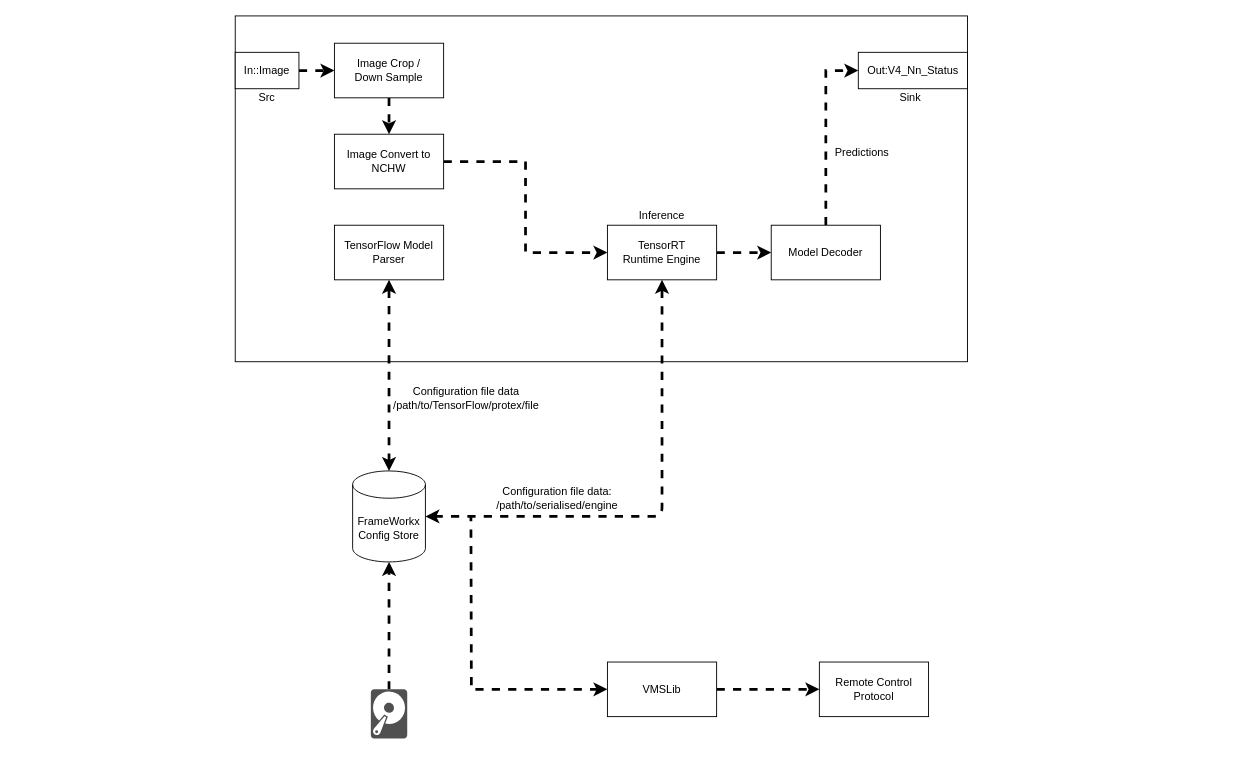
mj8ac/hello-world keeps this draw.io diagram as drdc_frameworkx_block_d.drawio. Above is the earlier version. Source tidied: cells renumbered, new cells numbered last; positions are measured from the earlier drawing's top-left corner, leaving out a move shared by most shapes. Both pictures are drawn from the tidied source at 91%, with x=0, y=0 at pixel (235, 15).
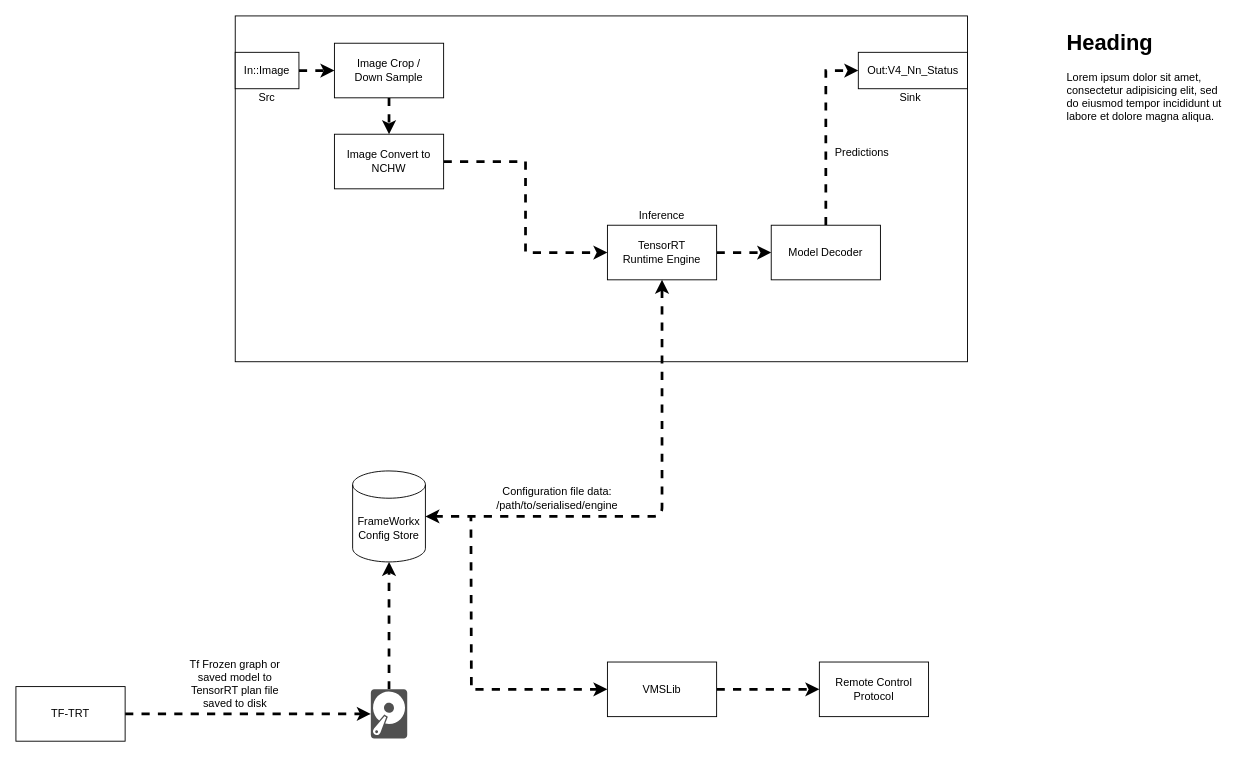
After the change.

The change refers to these unchanged cells:
```xml
<mxCell id="10" value="FrameWorkx&lt;br&gt;Config Store" style="shape=cylinder3;whiteSpace=wrap;html=1;boundedLbl=1;backgroundOutline=1;size=15;" parent="1" vertex="1">
  <mxGeometry x="129" y="500" width="80" height="100" as="geometry" />
</mxCell>
<mxCell id="14" style="shadow=0;dashed=0;html=1;strokeColor=none;fillColor=#505050;labelPosition=center;verticalLabelPosition=bottom;verticalAlign=top;outlineConnect=0;align=center;shape=mxgraph.office.devices.hard_disk;" parent="1" vertex="1">
  <mxGeometry x="149" y="740" width="40" height="54" as="geometry" />
</mxCell>
```

Change to the diagram source:
```diff
@@
+    <mxCell id="30" style="edgeStyle=orthogonalEdgeStyle;rounded=0;jettySize=auto;html=1;dashed=1;startArrow=none;startFill=0;endArrow=classic;endFill=1;strokeWidth=3;" parent="1" edge="1" source="7" target="14">
+      <mxGeometry relative="1" as="geometry" />
+    </mxCell>
-    <mxCell id="7" value="TensorFlow Model&lt;br&gt;Parser" style="rounded=0;whiteSpace=wrap;html=1;" parent="1" vertex="1">
-      <mxGeometry x="109" y="230" width="120" height="60" as="geometry" />
+    <mxCell id="7" value="TF-TRT" style="rounded=0;whiteSpace=wrap;html=1;" parent="1" vertex="1">
+      <mxGeometry x="-241" y="737" width="120" height="60" as="geometry" />
     </mxCell>
@@
-    <mxCell id="11" style="endArrow=classic;startArrow=classic;html=1;exitX=0.5;exitY=0;exitDx=0;exitDy=0;exitPerimeter=0;entryX=0.5;entryY=1;entryDx=0;entryDy=0;dashed=1;strokeWidth=3;" parent="1" edge="1" source="10" target="7">
-      <mxGeometry relative="1" as="geometry" />
-    </mxCell>
@@
-    <mxCell id="21" value="Configuration file data&lt;br&gt;/path/to/TensorFlow/protex/file" style="text;html=1;strokeColor=none;fillColor=none;align=center;verticalAlign=middle;whiteSpace=wrap;rounded=0;" parent="1" vertex="1">
-      <mxGeometry x="199" y="400" width="110" height="40" as="geometry" />
+    <mxCell id="21" value="Tf Frozen graph or saved model to TensorRT plan file saved to disk" style="text;html=1;strokeColor=none;fillColor=none;align=center;verticalAlign=middle;whiteSpace=wrap;rounded=0;" parent="1" vertex="1">
+      <mxGeometry x="-55" y="714" width="110" height="40" as="geometry" />
     </mxCell>
@@
+    <mxCell id="31" value="&lt;h1&gt;Heading&lt;/h1&gt;&lt;p&gt;Lorem ipsum dolor sit amet, consectetur adipisicing elit, sed do eiusmod tempor incididunt ut labore et dolore magna aliqua.&lt;/p&gt;" style="text;html=1;strokeColor=none;fillColor=none;spacing=5;spacingTop=-20;whiteSpace=wrap;overflow=hidden;rounded=0;" parent="1" vertex="1">
+      <mxGeometry x="909" y="10" width="190" height="120" as="geometry" />
+    </mxCell>
```
